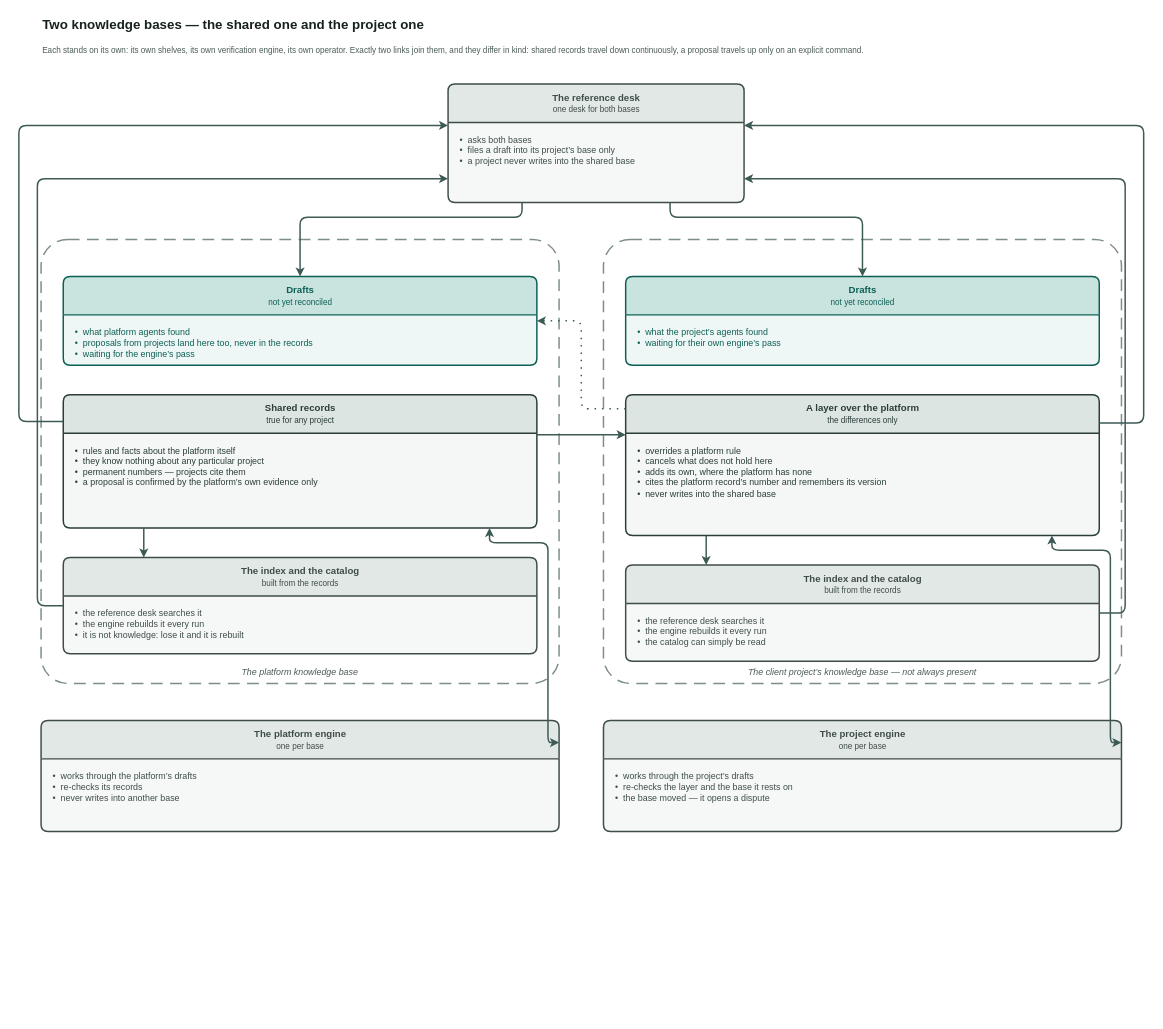
VirtoCommerce/ai-tools keeps this draw.io diagram as page "Two knowledge bases" (2 of 7) of docs/adr/adr-knowledge-base-v3-overview.drawio. Above is the earlier version. Source tidied: cells renumbered, new cells numbered last; positions are measured from the earlier drawing's top-left corner, leaving out a move shared by most shapes. Both pictures are drawn from the tidied source at 74%, with x=0, y=0 at pixel (18, 13).
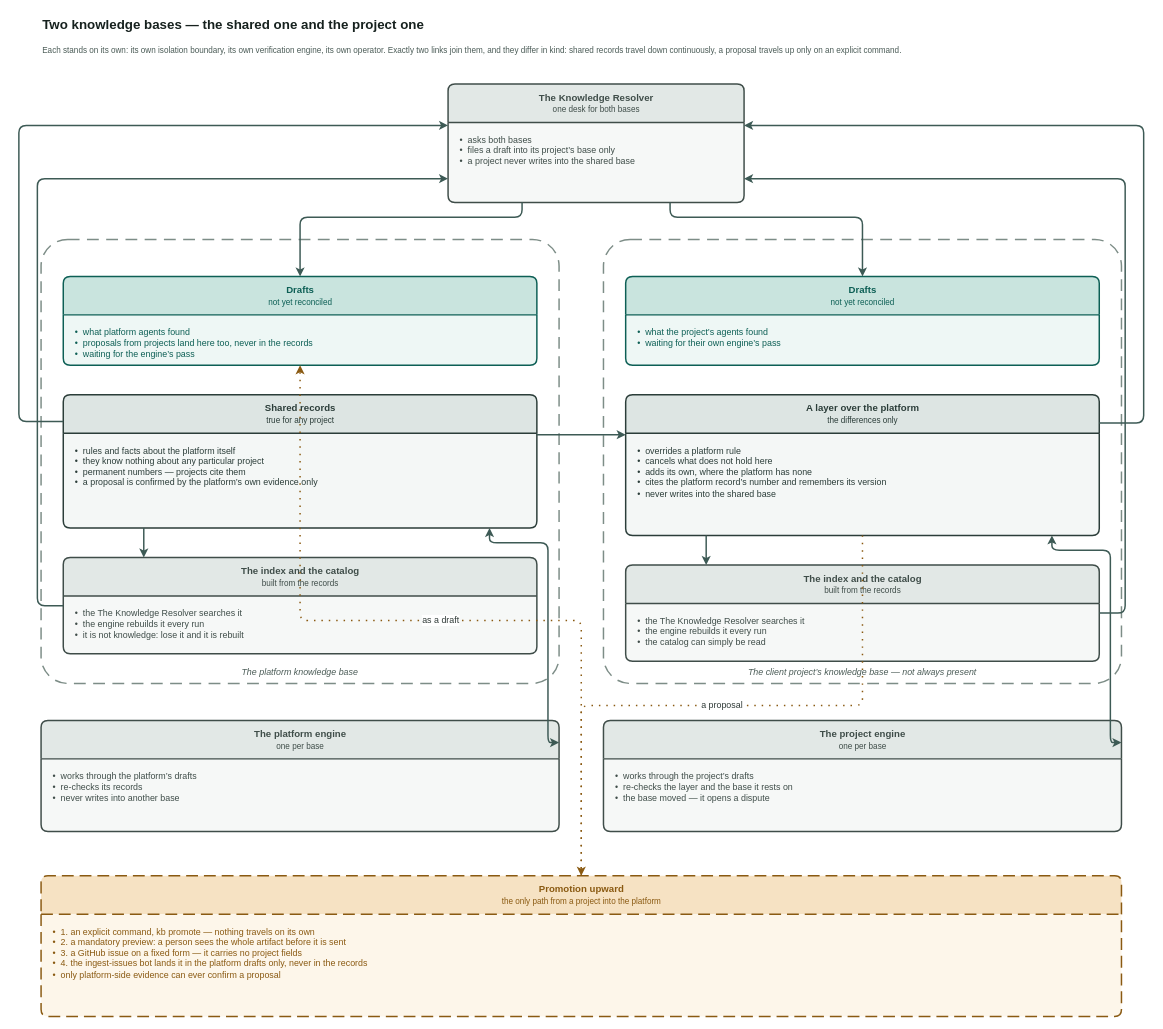
The same diagram, later.

Unchanged cells that the change refers to:
```xml
<mxCell id="7" value="Drafts&lt;br&gt;&lt;span style=&quot;font-size:11px;font-weight:normal&quot;&gt;not yet reconciled&lt;/span&gt;" style="swimlane;html=1;rounded=1;arcSize=6;startSize=52;horizontal=1;fillColor=#c9e4de;swimlaneFillColor=#eef7f5;strokeColor=#0d5f55;fontColor=#0d5f55;fontSize=13;fontStyle=1;align=center;verticalAlign=middle;strokeWidth=2;fontFamily=Helvetica;" parent="1" vertex="1">
  <mxGeometry x="60" y="356" width="640" height="120" as="geometry" />
</mxCell>
<mxCell id="14" value="A layer over the platform&lt;br&gt;&lt;span style=&quot;font-size:11px;font-weight:normal&quot;&gt;the differences only&lt;/span&gt;" style="swimlane;html=1;rounded=1;arcSize=6;startSize=52;horizontal=1;fillColor=#dde5e3;swimlaneFillColor=#f4f7f6;strokeColor=#2b3d39;fontColor=#2b3d39;fontSize=13;fontStyle=1;align=center;verticalAlign=middle;strokeWidth=2;fontFamily=Helvetica;" parent="1" vertex="1">
  <mxGeometry x="820" y="516" width="640" height="190" as="geometry" />
</mxCell>
<mxCell id="16" value="The index and the catalog&lt;br&gt;&lt;span style=&quot;font-size:11px;font-weight:normal&quot;&gt;built from the records&lt;/span&gt;" style="swimlane;html=1;rounded=1;arcSize=6;startSize=52;horizontal=1;fillColor=#e2e8e6;swimlaneFillColor=#f6f8f7;strokeColor=#3f4d49;fontColor=#3f4d49;fontSize=13;fontStyle=1;align=center;verticalAlign=middle;strokeWidth=2;fontFamily=Helvetica;" parent="1" vertex="1">
  <mxGeometry x="60" y="736" width="640" height="130" as="geometry" />
</mxCell>
<mxCell id="18" value="The index and the catalog&lt;br&gt;&lt;span style=&quot;font-size:11px;font-weight:normal&quot;&gt;built from the records&lt;/span&gt;" style="swimlane;html=1;rounded=1;arcSize=6;startSize=52;horizontal=1;fillColor=#e2e8e6;swimlaneFillColor=#f6f8f7;strokeColor=#3f4d49;fontColor=#3f4d49;fontSize=13;fontStyle=1;align=center;verticalAlign=middle;strokeWidth=2;fontFamily=Helvetica;" parent="1" vertex="1">
  <mxGeometry x="820" y="746" width="640" height="130" as="geometry" />
</mxCell>
```

What changed in the source:
```diff
@@
-    <mxCell id="3" value="Each stands on its own: its own shelves, its own verification engine, its own operator. Exactly two links join them, and they differ in kind: shared records travel down continuously, a proposal travels up only on an explicit command." style="text;html=1;align=left;verticalAlign=top;fontSize=11;fontColor=#4b5c57;fontFamily=Helvetica;" parent="1" vertex="1">
+    <mxCell id="3" value="Each stands on its own: its own isolation boundary, its own verification engine, its own operator. Exactly two links join them, and they differ in kind: shared records travel down continuously, a proposal travels up only on an explicit command." style="text;html=1;align=left;verticalAlign=top;fontSize=11;fontColor=#4b5c57;fontFamily=Helvetica;" parent="1" vertex="1">
       <mxGeometry x="30" y="38" width="1480" height="56" as="geometry" />
     </mxCell>
-    <mxCell id="4" value="The reference desk&lt;br&gt;&lt;span style=&quot;font-size:11px;font-weight:normal&quot;&gt;one desk for both bases&lt;/span&gt;" style="swimlane;html=1;rounded=1;arcSize=6;startSize=52;horizontal=1;fillColor=#e2e8e6;swimlaneFillColor=#f6f8f7;strokeColor=#3f4d49;fontColor=#3f4d49;fontSize=13;fontStyle=1;align=center;verticalAlign=middle;strokeWidth=2;fontFamily=Helvetica;" parent="1" vertex="1">
+    <mxCell id="4" value="The Knowledge Resolver&lt;br&gt;&lt;span style=&quot;font-size:11px;font-weight:normal&quot;&gt;one desk for both bases&lt;/span&gt;" style="swimlane;html=1;rounded=1;arcSize=6;startSize=52;horizontal=1;fillColor=#e2e8e6;swimlaneFillColor=#f6f8f7;strokeColor=#3f4d49;fontColor=#3f4d49;fontSize=13;fontStyle=1;align=center;verticalAlign=middle;strokeWidth=2;fontFamily=Helvetica;" parent="1" vertex="1">
       <mxGeometry x="580" y="96" width="400" height="160" as="geometry" />
     </mxCell>
@@
-    <mxCell id="17" value="•&amp;nbsp; the reference desk searches it&lt;br&gt;•&amp;nbsp; the engine rebuilds it every run&lt;br&gt;•&amp;nbsp; it is not knowledge: lose it and it is rebuilt" style="text;html=1;align=left;verticalAlign=top;whiteSpace=wrap;spacingLeft=14;spacingTop=10;spacingRight=10;fontSize=12;fontColor=#3f4d49;fontFamily=Helvetica;" parent="16" vertex="1">
+    <mxCell id="17" value="•&amp;nbsp; the The Knowledge Resolver searches it&lt;br&gt;•&amp;nbsp; the engine rebuilds it every run&lt;br&gt;•&amp;nbsp; it is not knowledge: lose it and it is rebuilt" style="text;html=1;align=left;verticalAlign=top;whiteSpace=wrap;spacingLeft=14;spacingTop=10;spacingRight=10;fontSize=12;fontColor=#3f4d49;fontFamily=Helvetica;" parent="16" vertex="1">
       <mxGeometry y="52" width="640" height="78" as="geometry" />
     </mxCell>
@@
-    <mxCell id="19" value="•&amp;nbsp; the reference desk searches it&lt;br&gt;•&amp;nbsp; the engine rebuilds it every run&lt;br&gt;•&amp;nbsp; the catalog can simply be read" style="text;html=1;align=left;verticalAlign=top;whiteSpace=wrap;spacingLeft=14;spacingTop=10;spacingRight=10;fontSize=12;fontColor=#3f4d49;fontFamily=Helvetica;" parent="18" vertex="1">
+    <mxCell id="19" value="•&amp;nbsp; the The Knowledge Resolver searches it&lt;br&gt;•&amp;nbsp; the engine rebuilds it every run&lt;br&gt;•&amp;nbsp; the catalog can simply be read" style="text;html=1;align=left;verticalAlign=top;whiteSpace=wrap;spacingLeft=14;spacingTop=10;spacingRight=10;fontSize=12;fontColor=#3f4d49;fontFamily=Helvetica;" parent="18" vertex="1">
       <mxGeometry y="52" width="640" height="78" as="geometry" />
     </mxCell>
@@
-    <mxCell id="33" style="edgeStyle=orthogonalEdgeStyle;rounded=1;html=1;labelBackgroundColor=#ffffff;fontSize=12;strokeWidth=2;strokeColor=#3d5a55;fontColor=#2f3a37;fontFamily=Helvetica;dashed=1;dashPattern=1 4;exitX=0;exitY=0.1;exitDx=0;exitDy=0;entryX=1;entryY=0.5;entryDx=0;entryDy=0;" parent="1" edge="1" source="14" target="7">
-      <mxGeometry relative="1" as="geometry">
-        <Array as="points">
-          <mxPoint x="760" y="535" />
-          <mxPoint x="760" y="416" />
-        </Array>
-      </mxGeometry>
+    <mxCell id="33" value="a proposal" style="edgeStyle=orthogonalEdgeStyle;rounded=1;html=1;labelBackgroundColor=#ffffff;fontSize=12;strokeWidth=2;strokeColor=#3d5a55;fontColor=#2f3a37;fontFamily=Helvetica;dashed=1;dashPattern=1 4;strokeColor=#8a5a12;" parent="1" edge="1" source="14" target="37">
+      <mxGeometry relative="1" as="geometry" />
     </mxCell>
+    <mxCell id="36" value="as a draft" style="edgeStyle=orthogonalEdgeStyle;rounded=1;html=1;labelBackgroundColor=#ffffff;fontSize=12;strokeWidth=2;strokeColor=#3d5a55;fontColor=#2f3a37;fontFamily=Helvetica;dashed=1;dashPattern=1 4;strokeColor=#8a5a12;" parent="1" edge="1" source="37" target="7">
+      <mxGeometry relative="1" as="geometry" />
+    </mxCell>
+    <mxCell id="37" value="Promotion upward&lt;br&gt;&lt;span style=&quot;font-size:11px;font-weight:normal&quot;&gt;the only path from a project into the platform&lt;/span&gt;" style="swimlane;html=1;rounded=1;arcSize=6;startSize=52;horizontal=1;fillColor=#f6e2c3;swimlaneFillColor=#fdf6ea;strokeColor=#8a5a12;fontColor=#8a5a12;fontSize=13;fontStyle=1;align=center;verticalAlign=middle;strokeWidth=2;dashed=1;dashPattern=8 4;fontFamily=Helvetica;" parent="1" vertex="1">
+      <mxGeometry x="30" y="1166" width="1460" height="190" as="geometry" />
+    </mxCell>
+    <mxCell id="38" value="•&amp;nbsp; 1. an explicit command, kb promote — nothing travels on its own&lt;br&gt;•&amp;nbsp; 2. a mandatory preview: a person sees the whole artifact before it is sent&lt;br&gt;•&amp;nbsp; 3. a GitHub issue on a fixed form — it carries no project fields&lt;br&gt;•&amp;nbsp; 4. the ingest-issues bot lands it in the platform drafts only, never in the records&lt;br&gt;•&amp;nbsp; only platform-side evidence can ever confirm a proposal" style="text;html=1;align=left;verticalAlign=top;whiteSpace=wrap;spacingLeft=14;spacingTop=10;spacingRight=10;fontSize=12;fontColor=#8a5a12;fontFamily=Helvetica;" parent="37" vertex="1">
+      <mxGeometry y="52" width="1460" height="138" as="geometry" />
+    </mxCell>
```
